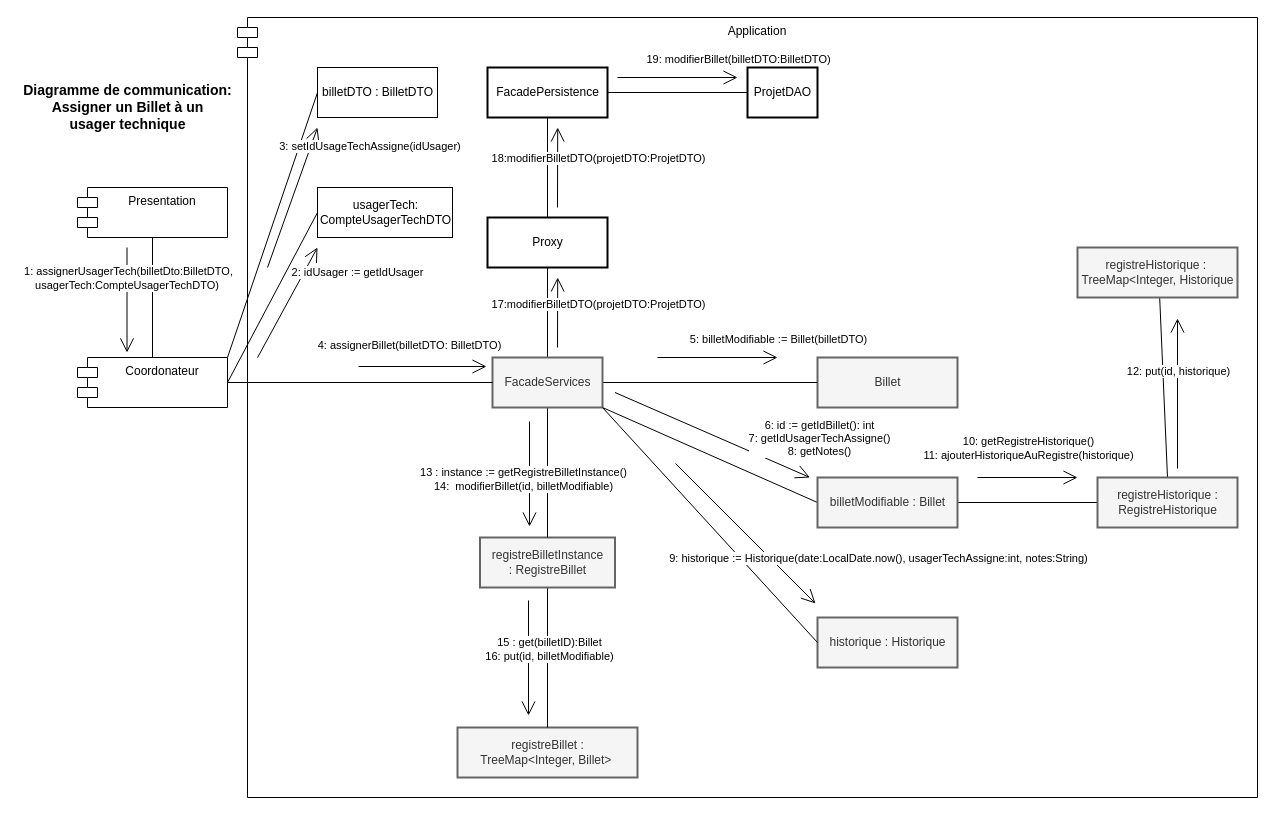
The draw.io diagram Diagrammes de conception/Diagrammes de communication/Assigner_Billet_UC.drawio in ChristWasTaken/Projet-Conception-et-Archictecture, before the edit. Source tidied: cells renumbered, new cells numbered last; positions are measured from the earlier drawing's top-left corner, leaving out a move shared by most shapes. Both pictures are drawn from the tidied source at 100%, with x=0, y=0 at pixel (17, 17).
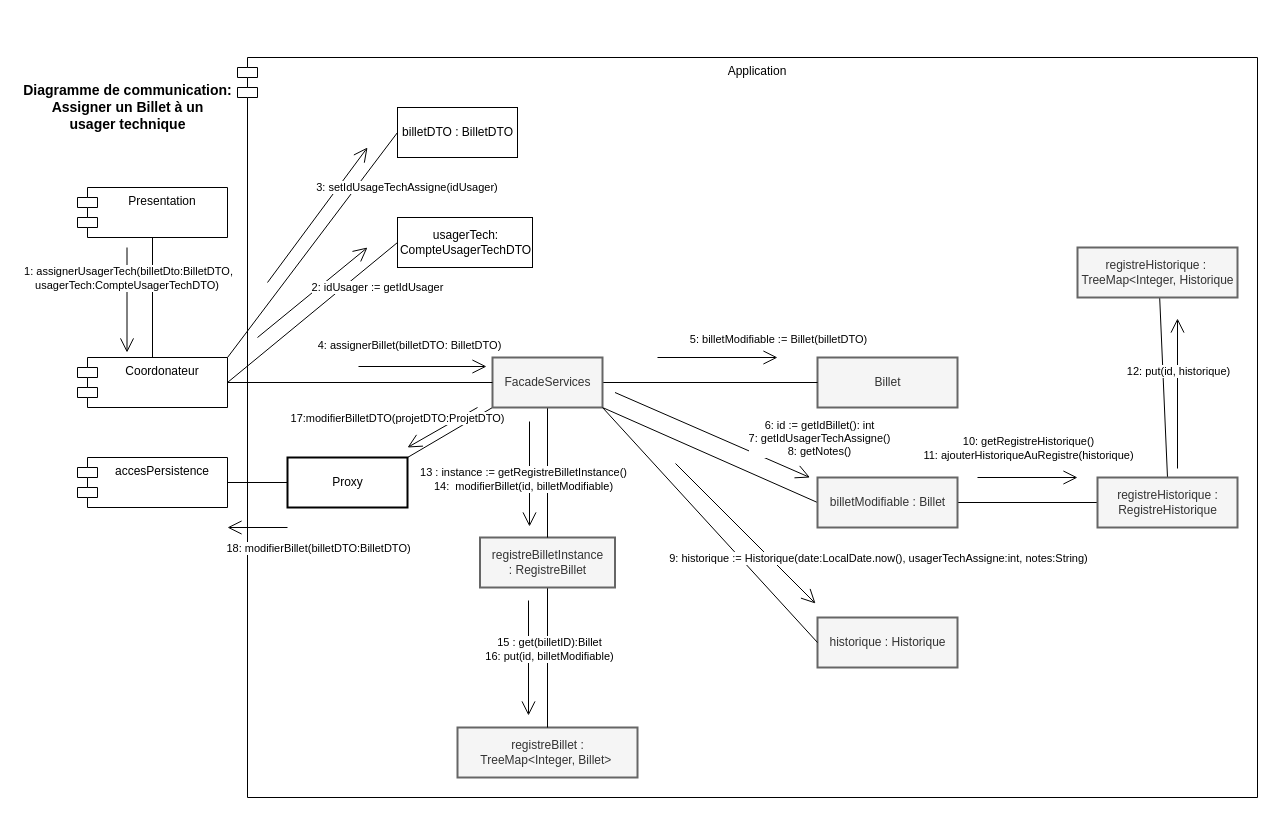
Above is the later version.

Unchanged cells that the change refers to:
```xml
<mxCell id="12" value="FacadeServices" style="html=1;strokeWidth=2;fillColor=#f5f5f5;fontColor=#333333;strokeColor=#666666;" parent="1" vertex="1">
  <mxGeometry x="475" y="340" width="110" height="50" as="geometry" />
</mxCell>
```

What changed in the source:
```diff
@@
     <mxCell id="3" value="Application" style="shape=module;align=left;spacingLeft=20;align=center;verticalAlign=top;" parent="1" vertex="1">
-      <mxGeometry x="220" width="1020" height="780" as="geometry" />
+      <mxGeometry x="220" y="40" width="1020" height="740" as="geometry" />
     </mxCell>
@@
-    <mxCell id="11" style="edgeStyle=orthogonalEdgeStyle;rounded=0;jettySize=auto;html=1;entryX=0.5;entryY=1;entryDx=0;entryDy=0;endArrow=none;endFill=0;" parent="1" edge="1" source="12" target="51">
+    <mxCell id="11" style="rounded=0;jettySize=auto;html=1;entryX=1;entryY=0;entryDx=0;entryDy=0;endArrow=none;endFill=0;exitX=0;exitY=1;exitDx=0;exitDy=0;" parent="1" edge="1" source="12" target="51">
       <mxGeometry relative="1" as="geometry" />
     </mxCell>
@@
     <mxCell id="24" value="usagerTech:&lt;br&gt;CompteUsagerTechDTO" style="html=1;" parent="1" vertex="1">
-      <mxGeometry x="300" y="170" width="135" height="50" as="geometry" />
+      <mxGeometry x="380" y="200" width="135" height="50" as="geometry" />
     </mxCell>
@@
     <mxCell id="45" value="billetDTO : BilletDTO" style="html=1;" parent="1" vertex="1">
-      <mxGeometry x="300" y="50" width="120" height="50" as="geometry" />
+      <mxGeometry x="380" y="90" width="120" height="50" as="geometry" />
     </mxCell>
     <mxCell id="46" style="endArrow=open;endFill=1;endSize=12;html=1;rounded=0;" parent="1" edge="1">
       <mxGeometry relative="1" as="geometry">
-        <mxPoint x="250" y="250" as="sourcePoint" />
-        <mxPoint x="300" y="110" as="targetPoint" />
+        <mxPoint x="250" y="265" as="sourcePoint" />
+        <mxPoint x="350" y="130" as="targetPoint" />
       </mxGeometry>
     </mxCell>
     <mxCell id="47" value="3: setIdUsageTechAssigne(idUsager)&amp;nbsp;" style="edgeLabel;html=1;align=center;verticalAlign=middle;" parent="46" vertex="1">
       <mxGeometry x="0.29" y="1" relative="1" as="geometry">
-        <mxPoint x="72" y="-31" as="offset" />
+        <mxPoint x="77" y="-8" as="offset" />
       </mxGeometry>
     </mxCell>
     <mxCell id="48" style="endArrow=open;endFill=1;endSize=12;html=1;rounded=0;" parent="1" edge="1">
       <mxGeometry relative="1" as="geometry">
-        <mxPoint x="240" y="340.2" as="sourcePoint" />
-        <mxPoint x="300" y="230" as="targetPoint" />
+        <mxPoint x="240" y="320" as="sourcePoint" />
+        <mxPoint x="350" y="230" as="targetPoint" />
       </mxGeometry>
     </mxCell>
     <mxCell id="49" value="2: idUsager := getIdUsager" style="edgeLabel;html=1;align=center;verticalAlign=middle;" parent="48" vertex="1">
       <mxGeometry x="0.29" y="1" relative="1" as="geometry">
-        <mxPoint x="62" y="-14" as="offset" />
+        <mxPoint x="49" y="9" as="offset" />
       </mxGeometry>
     </mxCell>
-    <mxCell id="50" style="edgeStyle=none;rounded=0;jettySize=auto;html=1;entryX=0.5;entryY=0;entryDx=0;entryDy=0;fontSize=21;endArrow=none;endFill=0;strokeWidth=1;" parent="1" edge="1" source="51" target="53">
-      <mxGeometry relative="1" as="geometry" />
-    </mxCell>
+    <mxCell id="61" style="edgeStyle=none;rounded=0;jettySize=auto;html=1;entryX=1;entryY=0.5;entryDx=0;entryDy=0;endArrow=none;endFill=0;" parent="1" edge="1" source="51" target="62">
+      <mxGeometry relative="1" as="geometry" />
+    </mxCell>
     <mxCell id="51" value="Proxy" style="html=1;strokeWidth=2;" parent="1" vertex="1">
-      <mxGeometry x="470" y="200" width="120" height="50" as="geometry" />
+      <mxGeometry x="270" y="440" width="120" height="50" as="geometry" />
     </mxCell>
-    <mxCell id="52" style="edgeStyle=none;rounded=0;jettySize=auto;html=1;entryX=1;entryY=0.5;entryDx=0;entryDy=0;fontSize=21;endArrow=none;endFill=0;strokeWidth=1;" parent="1" edge="1" source="53" target="56">
-      <mxGeometry relative="1" as="geometry" />
-    </mxCell>
-    <mxCell id="53" value="FacadePersistence" style="html=1;strokeWidth=2;" parent="1" vertex="1">
-      <mxGeometry x="470" y="50" width="120" height="50" as="geometry" />
-    </mxCell>
     <mxCell id="54" style="endArrow=open;endFill=1;endSize=12;html=1;rounded=0;" parent="1" edge="1">
       <mxGeometry relative="1" as="geometry">
-        <mxPoint x="540" y="330" as="sourcePoint" />
-        <mxPoint x="540.2" y="260" as="targetPoint" />
+        <mxPoint x="460" y="390" as="sourcePoint" />
+        <mxPoint x="390" y="430" as="targetPoint" />
       </mxGeometry>
     </mxCell>
     <mxCell id="55" value="17:modifierBilletDTO(projetDTO:ProjetDTO)" style="edgeLabel;html=1;align=center;verticalAlign=middle;" parent="54" vertex="1">
       <mxGeometry x="0.18" relative="1" as="geometry">
-        <mxPoint x="40" y="-3" as="offset" />
+        <mxPoint x="-39" y="-13" as="offset" />
       </mxGeometry>
     </mxCell>
-    <mxCell id="56" value="ProjetDAO" style="html=1;strokeWidth=2;" parent="1" vertex="1">
-      <mxGeometry x="730" y="50" width="70" height="50" as="geometry" />
-    </mxCell>
-    <mxCell id="57" style="endArrow=open;endFill=1;endSize=12;html=1;rounded=0;" parent="1" edge="1">
-      <mxGeometry relative="1" as="geometry">
-        <mxPoint x="540" y="190" as="sourcePoint" />
-        <mxPoint x="540.2" y="110" as="targetPoint" />
-      </mxGeometry>
-    </mxCell>
-    <mxCell id="58" value="18:modifierBilletDTO(projetDTO:ProjetDTO)" style="edgeLabel;html=1;align=center;verticalAlign=middle;" parent="57" vertex="1">
-      <mxGeometry x="0.18" relative="1" as="geometry">
-        <mxPoint x="40" y="-3" as="offset" />
-      </mxGeometry>
-    </mxCell>
-    <mxCell id="59" style="endArrow=open;endFill=1;endSize=12;html=1;rounded=0;" parent="1" edge="1">
+    <mxCell id="59" style="endArrow=open;endFill=1;endSize=12;html=1;rounded=0;exitX=0;exitY=0.25;exitDx=0;exitDy=0;entryX=1;entryY=0.25;entryDx=0;entryDy=0;" parent="1" edge="1">
       <mxGeometry relative="1" as="geometry">
-        <mxPoint x="600" y="60" as="sourcePoint" />
-        <mxPoint x="720" y="60" as="targetPoint" />
+        <mxPoint x="270" y="510" as="sourcePoint" />
+        <mxPoint x="210" y="510" as="targetPoint" />
       </mxGeometry>
     </mxCell>
-    <mxCell id="60" value="19: modifierBillet(billetDTO:BilletDTO)" style="edgeLabel;html=1;align=center;verticalAlign=middle;" parent="59" vertex="1">
+    <mxCell id="60" value="18: modifierBillet(billetDTO:BilletDTO)" style="edgeLabel;html=1;align=center;verticalAlign=middle;" parent="59" vertex="1">
       <mxGeometry x="0.18" relative="1" as="geometry">
-        <mxPoint x="49" y="-19" as="offset" />
+        <mxPoint x="65" y="20" as="offset" />
       </mxGeometry>
     </mxCell>
+    <mxCell id="62" value="accesPersistence" style="shape=module;align=left;spacingLeft=20;align=center;verticalAlign=top;" parent="1" vertex="1">
+      <mxGeometry x="60" y="440" width="150" height="50" as="geometry" />
+    </mxCell>
```
